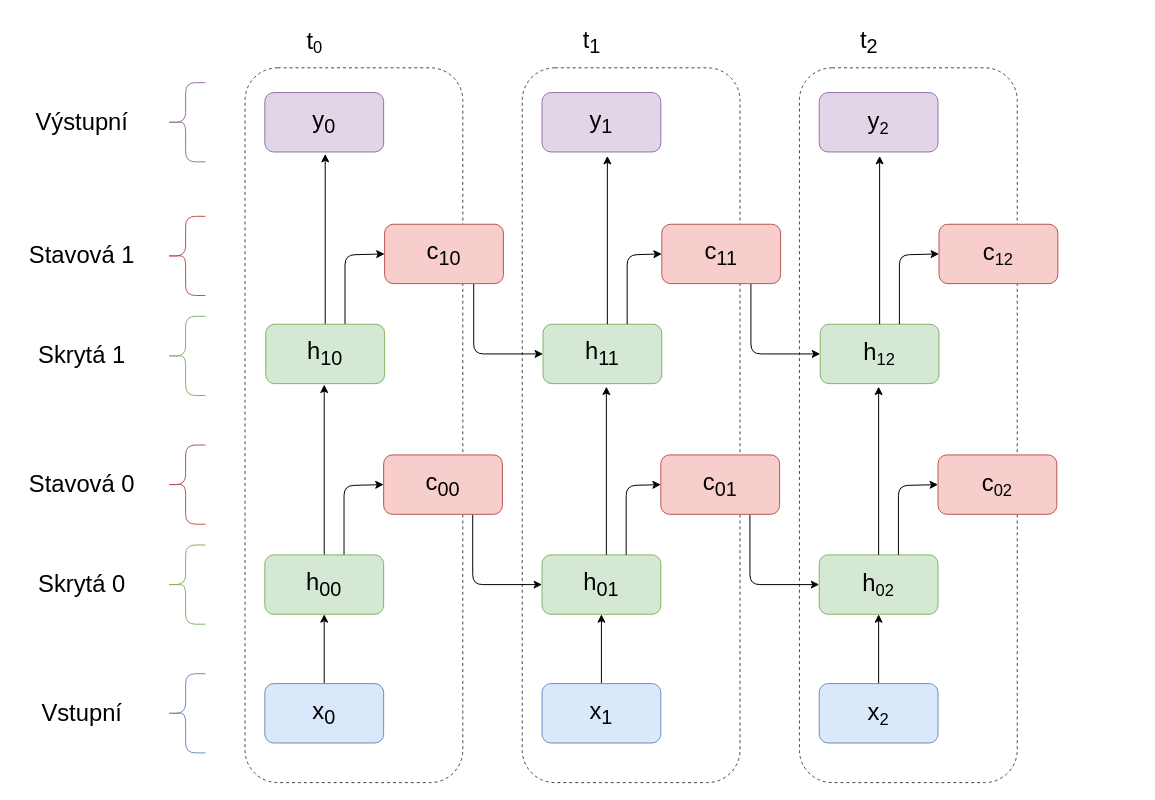
The draw.io diagram Figures/BPTT.drawio in FilipLunski/MasterThesis, before the edit. Source tidied: cells renumbered, new cells numbered last; positions are measured from the earlier drawing's top-left corner, leaving out a move shared by most shapes. Both pictures are drawn from the tidied source at 99%, with x=0, y=0 at pixel (17, 17).
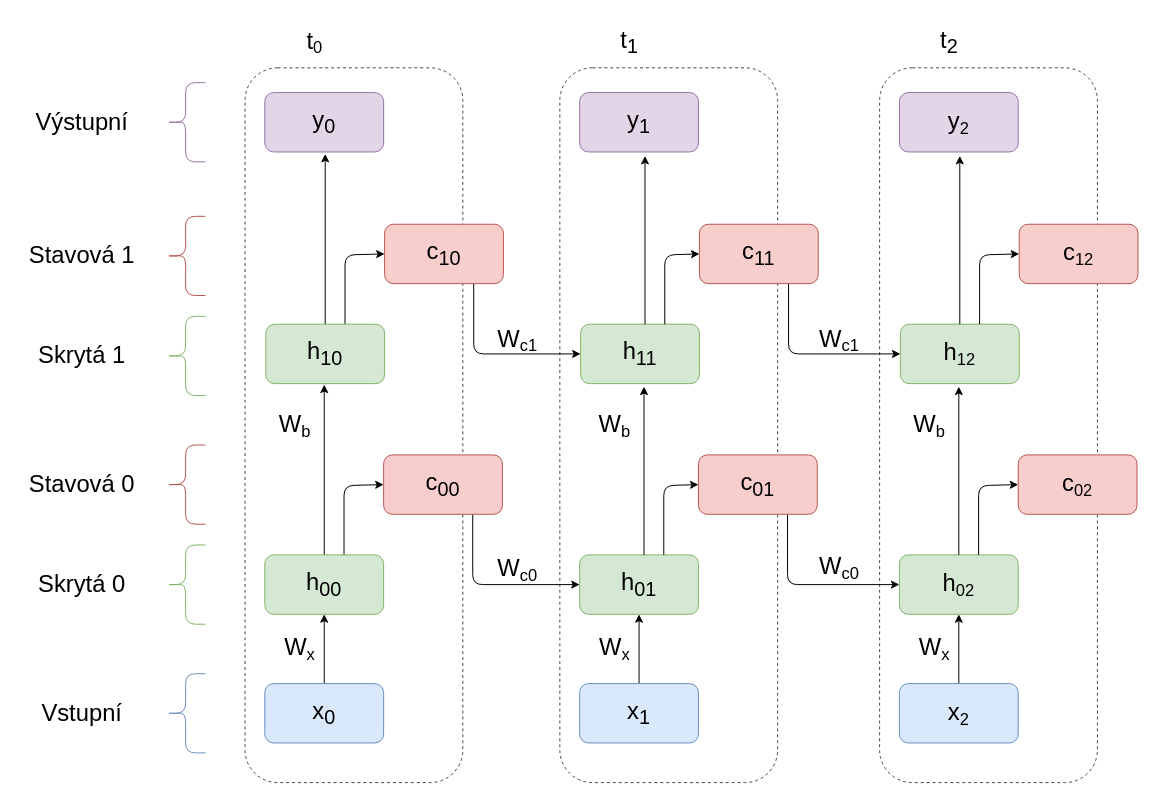
Above is the later version.

Diff of the diagram source:
```diff
@@
     <mxCell id="2" style="rounded=1;whiteSpace=wrap;html=1;dashed=1;strokeColor=#454545;fillColor=none;" parent="1" vertex="1">
-      <mxGeometry x="790" y="51" width="220" height="722" as="geometry" />
+      <mxGeometry x="871" y="51" width="220" height="722" as="geometry" />
     </mxCell>
     <mxCell id="3" style="rounded=1;whiteSpace=wrap;html=1;dashed=1;strokeColor=#454545;fillColor=none;" parent="1" vertex="1">
-      <mxGeometry x="510" y="51" width="220" height="722" as="geometry" />
+      <mxGeometry x="548" y="51" width="220" height="722" as="geometry" />
     </mxCell>
@@
     <mxCell id="5" value="&lt;font style=&quot;font-size: 24px;&quot;&gt;h&lt;sub style=&quot;&quot;&gt;01&lt;/sub&gt;&lt;/font&gt;" style="rounded=1;whiteSpace=wrap;html=1;fillColor=#d5e8d4;strokeColor=#82b366;" parent="1" vertex="1">
-      <mxGeometry x="530" y="543" width="120" height="60" as="geometry" />
+      <mxGeometry x="568" y="543" width="120" height="60" as="geometry" />
     </mxCell>
     <mxCell id="6" value="&lt;font style=&quot;font-size: 24px;&quot;&gt;h&lt;/font&gt;&lt;font style=&quot;font-size: 20px;&quot;&gt;&lt;sub&gt;02&lt;/sub&gt;&lt;/font&gt;" style="rounded=1;whiteSpace=wrap;html=1;fillColor=#d5e8d4;strokeColor=#82b366;" parent="1" vertex="1">
-      <mxGeometry x="810" y="543" width="120" height="60" as="geometry" />
+      <mxGeometry x="891" y="543" width="120" height="60" as="geometry" />
     </mxCell>
@@
     <mxCell id="8" value="&lt;font style=&quot;font-size: 24px;&quot;&gt;x&lt;sub style=&quot;&quot;&gt;1&lt;/sub&gt;&lt;/font&gt;" style="rounded=1;whiteSpace=wrap;html=1;fillColor=#dae8fc;strokeColor=#6c8ebf;" parent="1" vertex="1">
-      <mxGeometry x="530" y="673" width="120" height="60" as="geometry" />
+      <mxGeometry x="568" y="673" width="120" height="60" as="geometry" />
     </mxCell>
@@
     <mxCell id="10" value="&lt;font style=&quot;font-size: 24px;&quot;&gt;x&lt;/font&gt;&lt;font style=&quot;font-size: 20px;&quot;&gt;&lt;sub&gt;2&lt;/sub&gt;&lt;/font&gt;" style="rounded=1;whiteSpace=wrap;html=1;fillColor=#dae8fc;strokeColor=#6c8ebf;" parent="1" vertex="1">
-      <mxGeometry x="810" y="673" width="120" height="60" as="geometry" />
+      <mxGeometry x="891" y="673" width="120" height="60" as="geometry" />
     </mxCell>
@@
     <mxCell id="12" value="&lt;font style=&quot;font-size: 24px;&quot;&gt;c&lt;sub style=&quot;&quot;&gt;01&lt;/sub&gt;&lt;/font&gt;" style="rounded=1;whiteSpace=wrap;html=1;fillColor=#f8cecc;strokeColor=#b85450;" parent="1" vertex="1">
-      <mxGeometry x="650" y="442" width="120" height="60" as="geometry" />
+      <mxGeometry x="688" y="442" width="120" height="60" as="geometry" />
     </mxCell>
     <mxCell id="13" value="&lt;font style=&quot;font-size: 24px;&quot;&gt;c&lt;/font&gt;&lt;font style=&quot;font-size: 20px;&quot;&gt;&lt;sub&gt;02&lt;/sub&gt;&lt;/font&gt;" style="rounded=1;whiteSpace=wrap;html=1;fillColor=#f8cecc;strokeColor=#b85450;" parent="1" vertex="1">
-      <mxGeometry x="930" y="442" width="120" height="60" as="geometry" />
+      <mxGeometry x="1011" y="442" width="120" height="60" as="geometry" />
     </mxCell>
     <mxCell id="14" value="&lt;font style=&quot;font-size: 24px;&quot;&gt;y&lt;sub style=&quot;&quot;&gt;1&lt;/sub&gt;&lt;/font&gt;" style="rounded=1;whiteSpace=wrap;html=1;fillColor=#e1d5e7;strokeColor=#9673a6;" parent="1" vertex="1">
-      <mxGeometry x="530" y="76" width="120" height="60" as="geometry" />
+      <mxGeometry x="568" y="76" width="120" height="60" as="geometry" />
     </mxCell>
     <mxCell id="15" value="&lt;font style=&quot;font-size: 24px;&quot;&gt;y&lt;/font&gt;&lt;font style=&quot;font-size: 20px;&quot;&gt;&lt;sub&gt;2&lt;/sub&gt;&lt;/font&gt;" style="rounded=1;whiteSpace=wrap;html=1;fillColor=#e1d5e7;strokeColor=#9673a6;" parent="1" vertex="1">
-      <mxGeometry x="810" y="76" width="120" height="60" as="geometry" />
+      <mxGeometry x="891" y="76" width="120" height="60" as="geometry" />
     </mxCell>
@@
     <mxCell id="24" style="edgeStyle=none;html=1;" parent="1" edge="1">
       <mxGeometry relative="1" as="geometry">
-        <mxPoint x="595" y="543" as="sourcePoint" />
-        <mxPoint x="595" y="373" as="targetPoint" />
+        <mxPoint x="633" y="543" as="sourcePoint" />
+        <mxPoint x="633" y="373" as="targetPoint" />
       </mxGeometry>
     </mxCell>
     <mxCell id="25" style="edgeStyle=orthogonalEdgeStyle;html=1;entryX=0;entryY=0.5;entryDx=0;entryDy=0;" parent="1" edge="1" target="12">
       <mxGeometry relative="1" as="geometry">
-        <mxPoint x="615" y="543" as="sourcePoint" />
+        <mxPoint x="653" y="543" as="sourcePoint" />
         <Array as="points">
-          <mxPoint x="615" y="473" />
+          <mxPoint x="653" y="473" />
         </Array>
       </mxGeometry>
     </mxCell>
     <mxCell id="26" style="edgeStyle=none;html=1;" parent="1" edge="1">
       <mxGeometry relative="1" as="geometry">
-        <mxPoint x="870" y="543" as="sourcePoint" />
-        <mxPoint x="870" y="373" as="targetPoint" />
+        <mxPoint x="951" y="543" as="sourcePoint" />
+        <mxPoint x="951" y="373" as="targetPoint" />
       </mxGeometry>
     </mxCell>
     <mxCell id="27" style="edgeStyle=orthogonalEdgeStyle;html=1;entryX=0;entryY=0.5;entryDx=0;entryDy=0;" parent="1" edge="1" target="13">
       <mxGeometry relative="1" as="geometry">
-        <mxPoint x="890" y="543" as="sourcePoint" />
+        <mxPoint x="971" y="543" as="sourcePoint" />
         <Array as="points">
-          <mxPoint x="890" y="473" />
+          <mxPoint x="971" y="473" />
         </Array>
       </mxGeometry>
     </mxCell>
@@
     <mxCell id="29" value="&lt;font style=&quot;font-size: 24px;&quot;&gt;t&lt;sub style=&quot;&quot;&gt;2&lt;/sub&gt;&lt;/font&gt;" style="text;html=1;align=center;verticalAlign=middle;strokeColor=none;fillColor=none;" parent="1" vertex="1">
-      <mxGeometry x="840" width="40" height="50" as="geometry" />
+      <mxGeometry x="921" width="40" height="50" as="geometry" />
     </mxCell>
     <mxCell id="30" value="&lt;font style=&quot;font-size: 24px;&quot;&gt;t&lt;sub style=&quot;&quot;&gt;1&lt;/sub&gt;&lt;/font&gt;" style="text;html=1;align=center;verticalAlign=middle;strokeColor=none;fillColor=none;" parent="1" vertex="1">
-      <mxGeometry x="560" width="40" height="50" as="geometry" />
+      <mxGeometry x="598" width="40" height="50" as="geometry" />
     </mxCell>
@@
     <mxCell id="37" value="&lt;font style=&quot;font-size: 24px;&quot;&gt;h&lt;sub style=&quot;&quot;&gt;11&lt;/sub&gt;&lt;/font&gt;" style="rounded=1;whiteSpace=wrap;html=1;fillColor=#d5e8d4;strokeColor=#82b366;" parent="1" vertex="1">
-      <mxGeometry x="531" y="310" width="120" height="60" as="geometry" />
+      <mxGeometry x="569" y="310" width="120" height="60" as="geometry" />
     </mxCell>
     <mxCell id="38" value="&lt;font style=&quot;font-size: 24px;&quot;&gt;h&lt;/font&gt;&lt;font style=&quot;font-size: 20px;&quot;&gt;&lt;sub&gt;12&lt;/sub&gt;&lt;/font&gt;" style="rounded=1;whiteSpace=wrap;html=1;fillColor=#d5e8d4;strokeColor=#82b366;" parent="1" vertex="1">
-      <mxGeometry x="811" y="310" width="120" height="60" as="geometry" />
+      <mxGeometry x="892" y="310" width="120" height="60" as="geometry" />
     </mxCell>
@@
     <mxCell id="40" value="&lt;font style=&quot;font-size: 24px;&quot;&gt;c&lt;sub style=&quot;&quot;&gt;11&lt;/sub&gt;&lt;/font&gt;" style="rounded=1;whiteSpace=wrap;html=1;fillColor=#f8cecc;strokeColor=#b85450;" parent="1" vertex="1">
-      <mxGeometry x="651" y="209" width="120" height="60" as="geometry" />
+      <mxGeometry x="689" y="209" width="120" height="60" as="geometry" />
     </mxCell>
     <mxCell id="41" value="&lt;font style=&quot;font-size: 24px;&quot;&gt;c&lt;/font&gt;&lt;font style=&quot;font-size: 20px;&quot;&gt;&lt;sub&gt;12&lt;/sub&gt;&lt;/font&gt;" style="rounded=1;whiteSpace=wrap;html=1;fillColor=#f8cecc;strokeColor=#b85450;" parent="1" vertex="1">
-      <mxGeometry x="931" y="209" width="120" height="60" as="geometry" />
+      <mxGeometry x="1012" y="209" width="120" height="60" as="geometry" />
     </mxCell>
@@
     <mxCell id="47" style="edgeStyle=none;html=1;" parent="1" edge="1">
       <mxGeometry relative="1" as="geometry">
-        <mxPoint x="596" y="310" as="sourcePoint" />
-        <mxPoint x="596" y="140" as="targetPoint" />
+        <mxPoint x="634" y="310" as="sourcePoint" />
+        <mxPoint x="634" y="140" as="targetPoint" />
       </mxGeometry>
     </mxCell>
     <mxCell id="48" style="edgeStyle=orthogonalEdgeStyle;html=1;entryX=0;entryY=0.5;entryDx=0;entryDy=0;" parent="1" edge="1" target="40">
       <mxGeometry relative="1" as="geometry">
-        <mxPoint x="616" y="310" as="sourcePoint" />
+        <mxPoint x="654" y="310" as="sourcePoint" />
         <Array as="points">
-          <mxPoint x="616" y="240" />
+          <mxPoint x="654" y="240" />
         </Array>
       </mxGeometry>
     </mxCell>
     <mxCell id="49" style="edgeStyle=none;html=1;" parent="1" edge="1">
       <mxGeometry relative="1" as="geometry">
-        <mxPoint x="871" y="310" as="sourcePoint" />
-        <mxPoint x="871" y="140" as="targetPoint" />
+        <mxPoint x="952" y="310" as="sourcePoint" />
+        <mxPoint x="952" y="140" as="targetPoint" />
       </mxGeometry>
     </mxCell>
     <mxCell id="50" style="edgeStyle=orthogonalEdgeStyle;html=1;entryX=0;entryY=0.5;entryDx=0;entryDy=0;" parent="1" edge="1" target="41">
       <mxGeometry relative="1" as="geometry">
-        <mxPoint x="891" y="310" as="sourcePoint" />
+        <mxPoint x="972" y="310" as="sourcePoint" />
         <Array as="points">
-          <mxPoint x="891" y="240" />
+          <mxPoint x="972" y="240" />
         </Array>
       </mxGeometry>
     </mxCell>
@@
+    <mxCell id="57" value="&lt;font style=&quot;font-size: 24px;&quot;&gt;W&lt;/font&gt;&lt;font style=&quot;font-size: 20px;&quot;&gt;&lt;sub&gt;x&lt;/sub&gt;&lt;/font&gt;" style="text;html=1;align=center;verticalAlign=middle;strokeColor=none;fillColor=none;" parent="1" vertex="1">
+      <mxGeometry x="901" y="613" width="50" height="50" as="geometry" />
+    </mxCell>
+    <mxCell id="58" value="&lt;font style=&quot;font-size: 24px;&quot;&gt;W&lt;/font&gt;&lt;font style=&quot;font-size: 20px;&quot;&gt;&lt;sub&gt;x&lt;/sub&gt;&lt;/font&gt;" style="text;html=1;align=center;verticalAlign=middle;strokeColor=none;fillColor=none;" parent="1" vertex="1">
+      <mxGeometry x="578" y="613" width="50" height="50" as="geometry" />
+    </mxCell>
+    <mxCell id="59" value="&lt;font style=&quot;font-size: 24px;&quot;&gt;W&lt;/font&gt;&lt;font style=&quot;font-size: 20px;&quot;&gt;&lt;sub&gt;x&lt;/sub&gt;&lt;/font&gt;" style="text;html=1;align=center;verticalAlign=middle;strokeColor=none;fillColor=none;" parent="1" vertex="1">
+      <mxGeometry x="260" y="613" width="50" height="50" as="geometry" />
+    </mxCell>
+    <mxCell id="60" value="&lt;font style=&quot;font-size: 24px;&quot;&gt;W&lt;/font&gt;&lt;font style=&quot;font-size: 20px;&quot;&gt;&lt;sub&gt;b&lt;/sub&gt;&lt;/font&gt;" style="text;html=1;align=center;verticalAlign=middle;strokeColor=none;fillColor=none;" parent="1" vertex="1">
+      <mxGeometry x="891" y="387" width="60" height="50" as="geometry" />
+    </mxCell>
+    <mxCell id="61" value="&lt;font style=&quot;font-size: 24px;&quot;&gt;W&lt;/font&gt;&lt;font style=&quot;font-size: 20px;&quot;&gt;&lt;sub&gt;b&lt;/sub&gt;&lt;/font&gt;" style="text;html=1;align=center;verticalAlign=middle;strokeColor=none;fillColor=none;" parent="1" vertex="1">
+      <mxGeometry x="573" y="387" width="60" height="50" as="geometry" />
+    </mxCell>
+    <mxCell id="62" value="&lt;font style=&quot;font-size: 24px;&quot;&gt;W&lt;/font&gt;&lt;font style=&quot;font-size: 20px;&quot;&gt;&lt;sub&gt;b&lt;/sub&gt;&lt;/font&gt;" style="text;html=1;align=center;verticalAlign=middle;strokeColor=none;fillColor=none;" parent="1" vertex="1">
+      <mxGeometry x="250" y="387" width="60" height="50" as="geometry" />
+    </mxCell>
+    <mxCell id="63" value="&lt;font style=&quot;font-size: 24px;&quot;&gt;W&lt;/font&gt;&lt;font style=&quot;font-size: 20px;&quot;&gt;&lt;sub&gt;c0&lt;/sub&gt;&lt;/font&gt;" style="text;html=1;align=center;verticalAlign=middle;strokeColor=none;fillColor=none;" parent="1" vertex="1">
+      <mxGeometry x="800" y="531" width="60" height="50" as="geometry" />
+    </mxCell>
+    <mxCell id="64" value="&lt;font style=&quot;font-size: 24px;&quot;&gt;W&lt;/font&gt;&lt;font style=&quot;font-size: 20px;&quot;&gt;&lt;sub&gt;c0&lt;/sub&gt;&lt;/font&gt;" style="text;html=1;align=center;verticalAlign=middle;strokeColor=none;fillColor=none;" parent="1" vertex="1">
+      <mxGeometry x="475" y="533" width="60" height="50" as="geometry" />
+    </mxCell>
+    <mxCell id="65" value="&lt;font style=&quot;font-size: 24px;&quot;&gt;W&lt;/font&gt;&lt;font style=&quot;font-size: 20px;&quot;&gt;&lt;sub&gt;c1&lt;/sub&gt;&lt;/font&gt;" style="text;html=1;align=center;verticalAlign=middle;strokeColor=none;fillColor=none;" parent="1" vertex="1">
+      <mxGeometry x="800" y="301" width="60" height="50" as="geometry" />
+    </mxCell>
+    <mxCell id="66" value="&lt;font style=&quot;font-size: 24px;&quot;&gt;W&lt;/font&gt;&lt;font style=&quot;font-size: 20px;&quot;&gt;&lt;sub&gt;c1&lt;/sub&gt;&lt;/font&gt;" style="text;html=1;align=center;verticalAlign=middle;strokeColor=none;fillColor=none;" parent="1" vertex="1">
+      <mxGeometry x="475" y="301" width="60" height="50" as="geometry" />
+    </mxCell>
```
